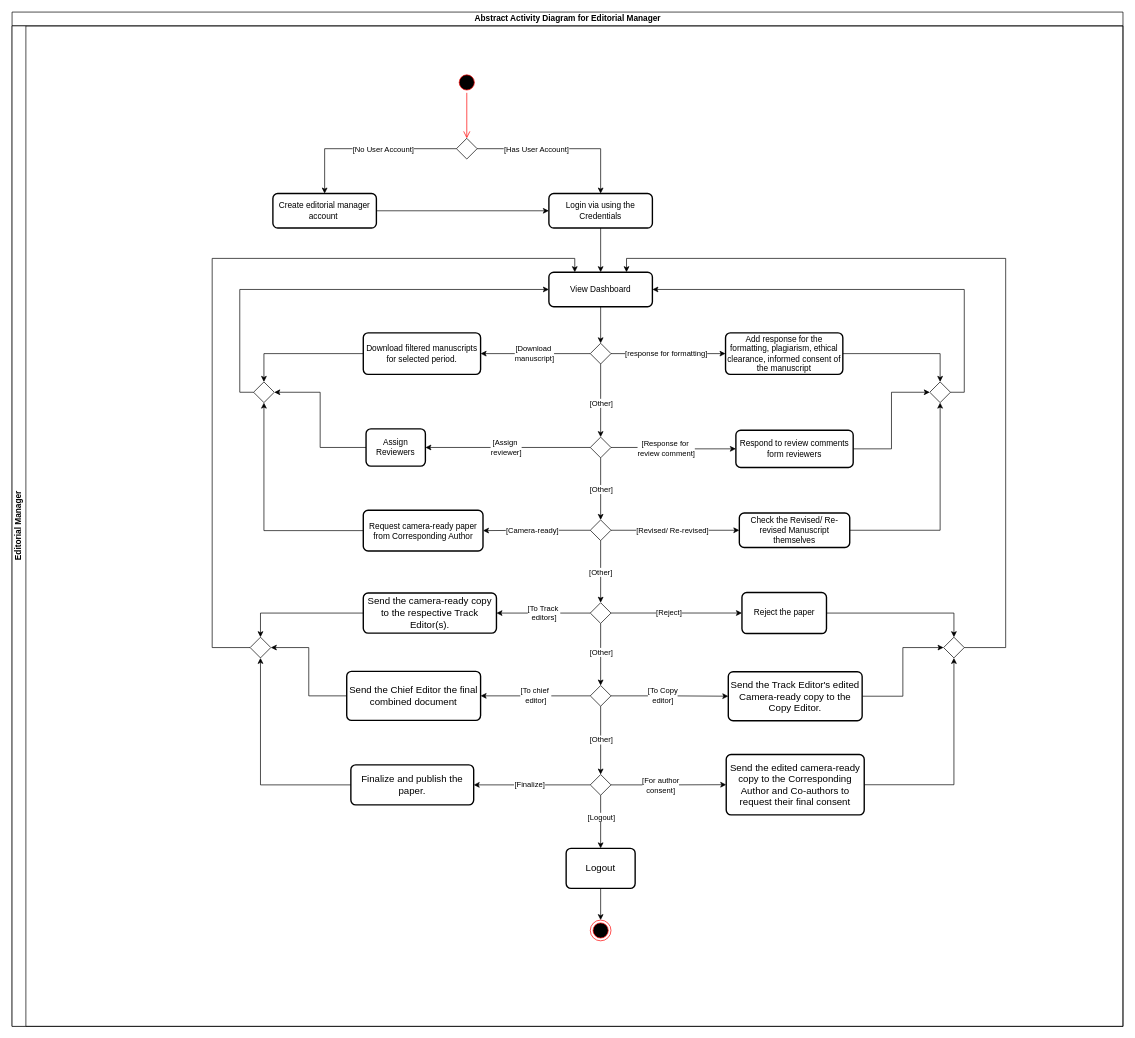
The draw.io diagram UML Diagram/Swimlane Activity Diagram for Actors in the Conference management system/Swimlane Activity Diagram for Editorial Manager_s Activites/V2/Swimlane Activity Diagram for the Editorial Managers Activities.drawio in KavinduAmalka/Conference-Management-System, before the edit. Source tidied: cells renumbered, new cells numbered last; positions are measured from the earlier drawing's top-left corner, leaving out a move shared by most shapes. Both pictures are drawn from the tidied source at 69%, with x=0, y=0 at pixel (12, 12).
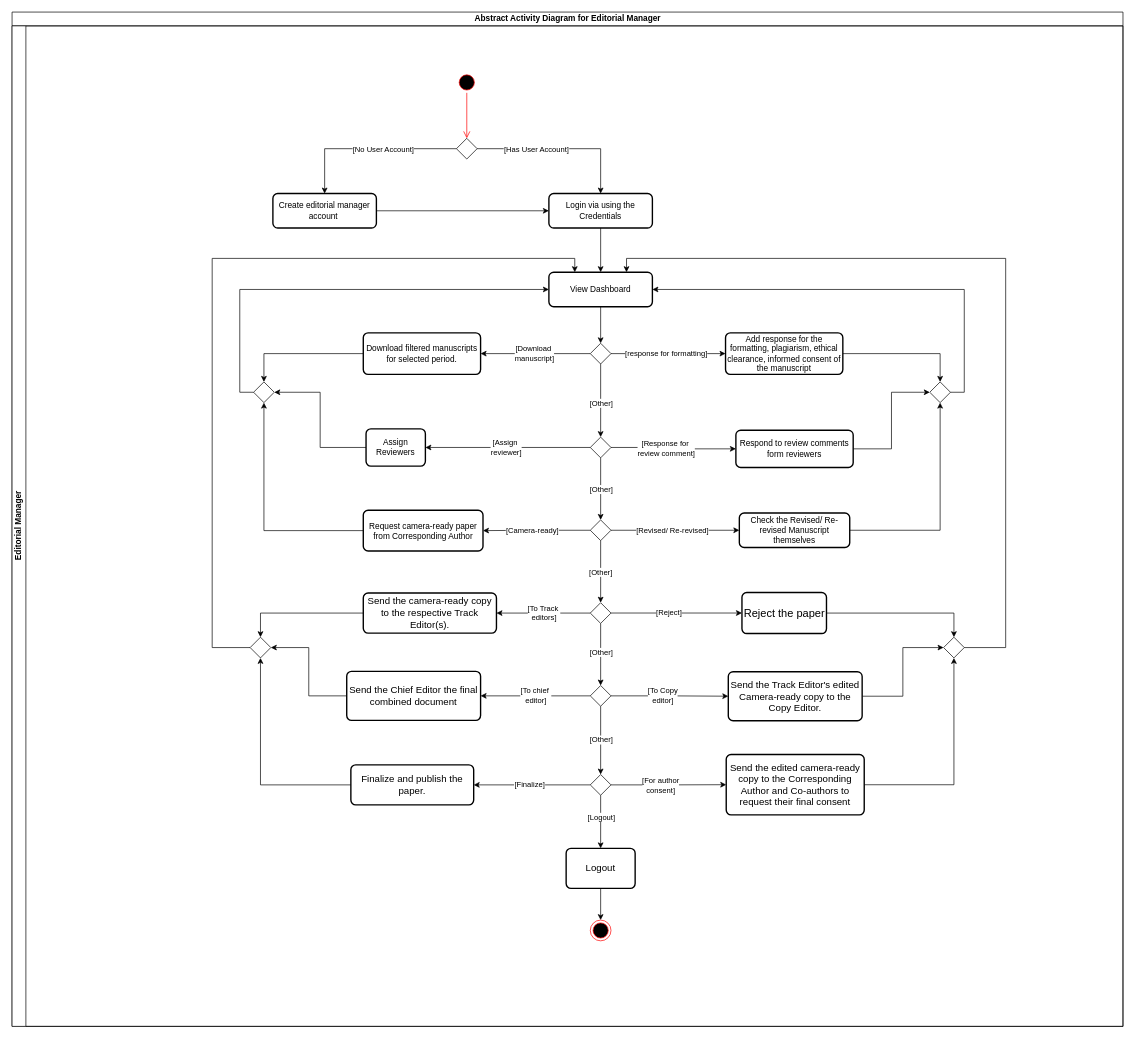
After the change.

The change refers to these unchanged cells:
```xml
<mxCell id="3" value="Editorial Manager" style="swimlane;startSize=20;horizontal=0;html=1;" parent="2" vertex="1">
  <mxGeometry y="20" width="1610" height="1450" as="geometry" />
</mxCell>
```

The edit, as a diff of the source:
```diff
@@
-    <mxCell id="45" value="&lt;span id=&quot;docs-internal-guid-ea1f3c52-7fff-4a5d-5d34-24a360533787&quot;&gt;&lt;span style=&quot;font-family: Arial, sans-serif; background-color: transparent; font-variant-numeric: normal; font-variant-east-asian: normal; font-variant-alternates: normal; font-variant-position: normal; font-variant-emoji: normal; vertical-align: baseline; white-space-collapse: preserve;&quot;&gt;&lt;font style=&quot;color: light-dark(rgb(0, 0, 0), rgb(255, 255, 255));&quot;&gt;Reject the paper&lt;/font&gt;&lt;/span&gt;&lt;/span&gt;" style="rounded=1;whiteSpace=wrap;html=1;absoluteArcSize=1;arcSize=14;strokeWidth=2;" parent="3" vertex="1">
+    <mxCell id="45" value="&lt;span id=&quot;docs-internal-guid-ea1f3c52-7fff-4a5d-5d34-24a360533787&quot;&gt;&lt;span style=&quot;font-family: Arial, sans-serif; background-color: transparent; font-variant-numeric: normal; font-variant-east-asian: normal; font-variant-alternates: normal; font-variant-position: normal; font-variant-emoji: normal; vertical-align: baseline; white-space-collapse: preserve;&quot;&gt;&lt;font style=&quot;color: light-dark(rgb(0, 0, 0), rgb(255, 255, 255)); font-size: 16px;&quot;&gt;Reject the paper&lt;/font&gt;&lt;/span&gt;&lt;/span&gt;" style="rounded=1;whiteSpace=wrap;html=1;absoluteArcSize=1;arcSize=14;strokeWidth=2;" parent="3" vertex="1">
       <mxGeometry x="1057.8" y="821.2" width="122.5" height="59.5" as="geometry" />
     </mxCell>
```
